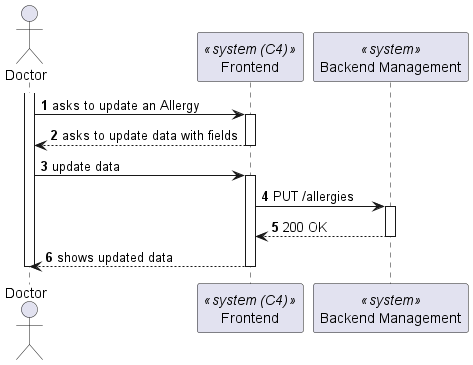
Above: docs/sprintC/EditMedicalRecord/views/level2/process-view.png in Lapr5G21/sem5pi-24-25-3ddg21 (PlantUML), before the change.
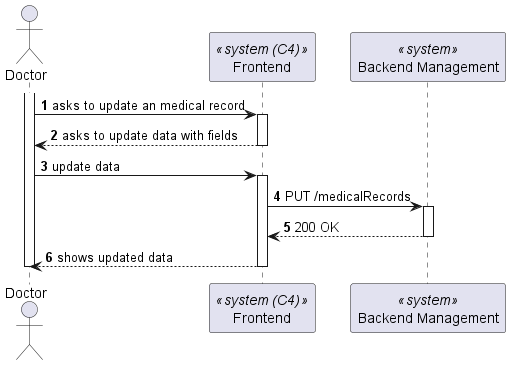
The same file after the commit.

The edit, as a diff of the source:
```diff
@@ -7,7 +7,7 @@
 
 activate Doctor
 
- Doctor -> Frontend : asks to update an Allergy
+ Doctor -> Frontend : asks to update an medical record
 
     activate Frontend
 
@@ -18,7 +18,7 @@
  Doctor -> Frontend : update data
 
     activate Frontend
-        Frontend-> SYS : PUT /allergies
+        Frontend-> SYS : PUT /medicalRecords
         activate SYS
 
             Frontend <-- SYS : 200 OK
```
